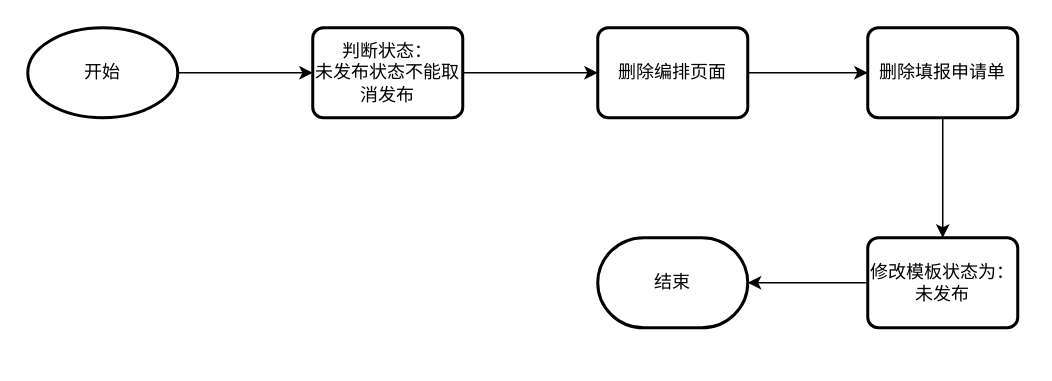
weiqingping/dw keeps this draw.io diagram as 数据填报-模板撤回.drawio. Above is the earlier version. Source tidied: cells renumbered, new cells numbered last; positions are measured from the earlier drawing's top-left corner, leaving out a move shared by most shapes. Both pictures are drawn from the tidied source at 150%, with x=0, y=0 at pixel (27, 27).
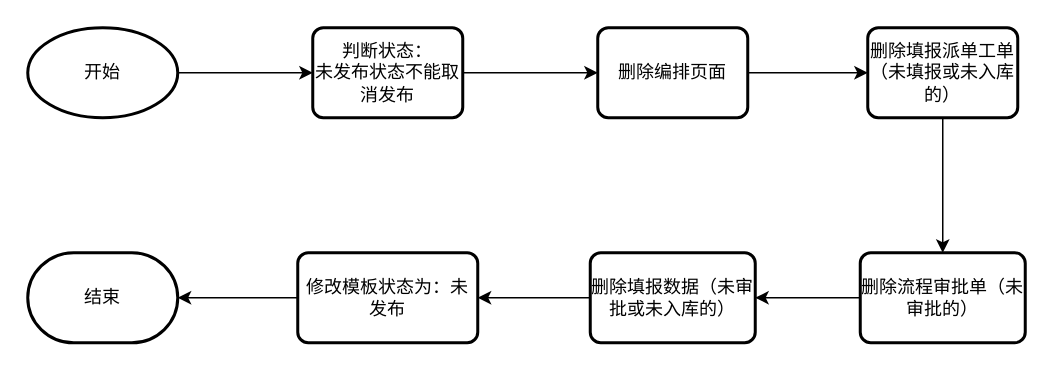
After the change.

Commit message:
更新数据填报-模板撤回.drawio

Change to the diagram source:
```diff
@@
 <mxGraphModel>
   <root>
     <mxCell id="0" />
     <mxCell id="1" parent="0" />
     <mxCell id="2" style="edgeStyle=orthogonalEdgeStyle;rounded=0;jettySize=auto;html=1;" parent="1" edge="1" source="3" target="5">
       <mxGeometry relative="1" as="geometry" />
     </mxCell>
     <mxCell id="3" value="开始" style="strokeWidth=2;html=1;shape=mxgraph.flowchart.start_1;whiteSpace=wrap;" parent="1" vertex="1">
       <mxGeometry width="100" height="60" as="geometry" />
     </mxCell>
     <mxCell id="4" style="edgeStyle=orthogonalEdgeStyle;rounded=0;jettySize=auto;html=1;" parent="1" edge="1" source="5" target="7">
       <mxGeometry relative="1" as="geometry" />
     </mxCell>
     <mxCell id="5" value="判断状态：&lt;br&gt;未发布状态不能取消发布" style="rounded=1;whiteSpace=wrap;html=1;absoluteArcSize=1;arcSize=14;strokeWidth=2;" parent="1" vertex="1">
       <mxGeometry x="190" width="100" height="60" as="geometry" />
     </mxCell>
     <mxCell id="6" style="edgeStyle=orthogonalEdgeStyle;rounded=0;jettySize=auto;html=1;" parent="1" edge="1" source="7" target="9">
       <mxGeometry relative="1" as="geometry" />
     </mxCell>
     <mxCell id="7" value="删除编排页面" style="rounded=1;whiteSpace=wrap;html=1;absoluteArcSize=1;arcSize=14;strokeWidth=2;" parent="1" vertex="1">
       <mxGeometry x="380" width="100" height="60" as="geometry" />
     </mxCell>
-    <mxCell id="8" style="edgeStyle=orthogonalEdgeStyle;rounded=0;jettySize=auto;html=1;" parent="1" edge="1" source="9" target="11">
-      <mxGeometry relative="1" as="geometry" />
-    </mxCell>
+    <mxCell id="13" style="edgeStyle=orthogonalEdgeStyle;rounded=0;jettySize=auto;html=1;" parent="1" edge="1" source="9" target="15">
+      <mxGeometry relative="1" as="geometry" />
+    </mxCell>
-    <mxCell id="9" value="删除填报申请单" style="rounded=1;whiteSpace=wrap;html=1;absoluteArcSize=1;arcSize=14;strokeWidth=2;" parent="1" vertex="1">
+    <mxCell id="9" value="删除填报派单工单（未填报或未入库的）" style="rounded=1;whiteSpace=wrap;html=1;absoluteArcSize=1;arcSize=14;strokeWidth=2;" parent="1" vertex="1">
       <mxGeometry x="560" width="100" height="60" as="geometry" />
     </mxCell>
+    <mxCell id="12" value="结束" style="strokeWidth=2;html=1;shape=mxgraph.flowchart.terminator;whiteSpace=wrap;" parent="1" vertex="1">
+      <mxGeometry y="150" width="100" height="60" as="geometry" />
+    </mxCell>
+    <mxCell id="14" style="edgeStyle=orthogonalEdgeStyle;rounded=0;jettySize=auto;html=1;" parent="1" edge="1" source="15" target="18">
+      <mxGeometry relative="1" as="geometry" />
+    </mxCell>
+    <mxCell id="15" value="删除流程审批单（未审批的）" style="rounded=1;whiteSpace=wrap;html=1;absoluteArcSize=1;arcSize=14;strokeWidth=2;" parent="1" vertex="1">
+      <mxGeometry x="555" y="150" width="110" height="60" as="geometry" />
+    </mxCell>
+    <mxCell id="16" style="edgeStyle=orthogonalEdgeStyle;rounded=0;orthogonalLoop=1;jettySize=auto;html=1;exitX=0.5;exitY=1;exitDx=0;exitDy=0;" parent="1" edge="1" source="15" target="15">
+      <mxGeometry relative="1" as="geometry" />
+    </mxCell>
     <mxCell id="10" style="edgeStyle=orthogonalEdgeStyle;rounded=0;jettySize=auto;html=1;" parent="1" edge="1" source="11" target="12">
       <mxGeometry relative="1" as="geometry" />
     </mxCell>
     <mxCell id="11" value="修改模板状态为：未发布" style="rounded=1;whiteSpace=wrap;html=1;absoluteArcSize=1;arcSize=14;strokeWidth=2;" parent="1" vertex="1">
-      <mxGeometry x="560" y="140" width="100" height="60" as="geometry" />
+      <mxGeometry x="180" y="150" width="120" height="60" as="geometry" />
     </mxCell>
-    <mxCell id="12" value="结束" style="strokeWidth=2;html=1;shape=mxgraph.flowchart.terminator;whiteSpace=wrap;" parent="1" vertex="1">
-      <mxGeometry x="380" y="140" width="100" height="60" as="geometry" />
-    </mxCell>
+    <mxCell id="17" style="edgeStyle=orthogonalEdgeStyle;rounded=0;jettySize=auto;html=1;" parent="1" edge="1" source="18" target="11">
+      <mxGeometry relative="1" as="geometry" />
+    </mxCell>
+    <mxCell id="18" value="删除填报数据（未审批或未入库的）" style="rounded=1;whiteSpace=wrap;html=1;absoluteArcSize=1;arcSize=14;strokeWidth=2;" parent="1" vertex="1">
+      <mxGeometry x="375" y="150" width="110" height="60" as="geometry" />
+    </mxCell>
   </root>
 </mxGraphModel>
```
